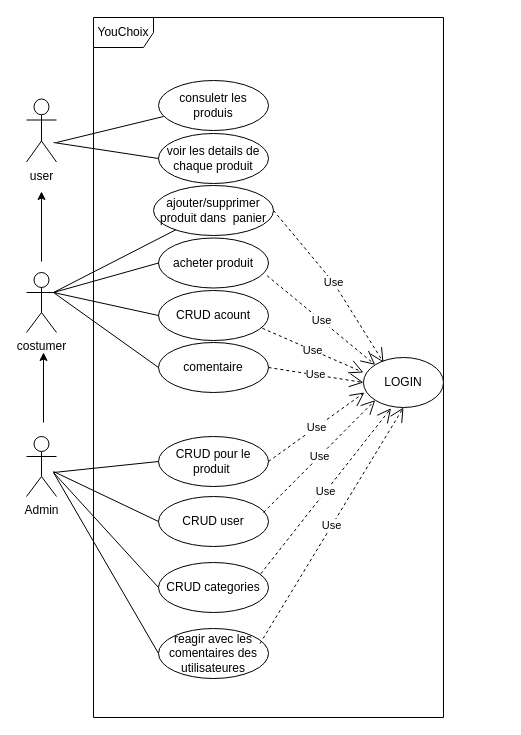
AmeksaKhadija/FilRouge keeps this draw.io diagram as conception/DUC.drawio. Above is the earlier version. Source tidied: cells renumbered, new cells numbered last; positions are measured from the earlier drawing's top-left corner, leaving out a move shared by most shapes. Both pictures are drawn from the tidied source at 100%, with x=0, y=0 at pixel (26, 17).
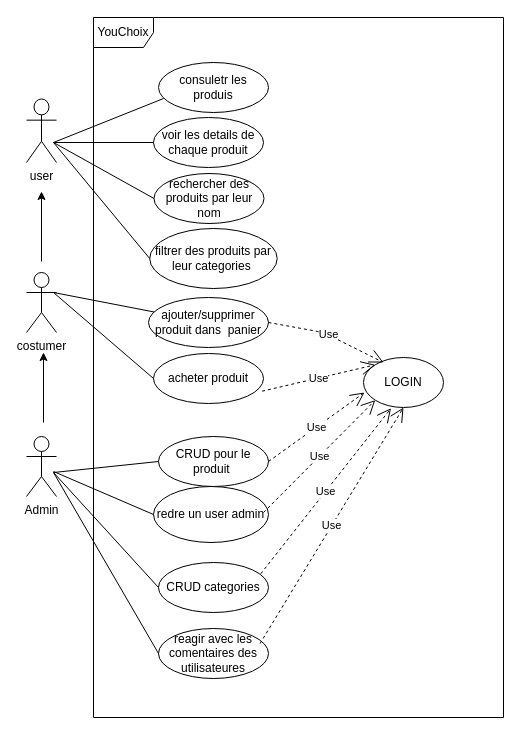
Above is the later version.

Change to the diagram source:
```diff
@@
-    <mxCell id="2" value="YouChoix" style="shape=umlFrame;whiteSpace=wrap;html=1;" parent="1" vertex="1">
-      <mxGeometry x="67" width="350" height="700" as="geometry" />
+    <mxCell id="2" value="YouChoix" style="shape=umlFrame;whiteSpace=wrap;html=1;fillColor=default;" parent="1" vertex="1">
+      <mxGeometry x="67" width="410" height="700" as="geometry" />
     </mxCell>
@@
     <mxCell id="4" value="consuletr les produis" style="ellipse;whiteSpace=wrap;html=1;" parent="1" vertex="1">
-      <mxGeometry x="132" y="63" width="110" height="50" as="geometry" />
+      <mxGeometry x="132" y="45" width="110" height="50" as="geometry" />
     </mxCell>
     <mxCell id="5" value="voir les details de chaque produit" style="ellipse;whiteSpace=wrap;html=1;" parent="1" vertex="1">
-      <mxGeometry x="132" y="116" width="110" height="50" as="geometry" />
+      <mxGeometry x="127" y="100" width="110" height="50" as="geometry" />
     </mxCell>
     <mxCell id="6" value="ajouter/supprimer produit dans&amp;nbsp; panier" style="ellipse;whiteSpace=wrap;html=1;" parent="1" vertex="1">
-      <mxGeometry x="127" y="168" width="120" height="50" as="geometry" />
+      <mxGeometry x="122" y="280" width="120" height="50" as="geometry" />
     </mxCell>
     <mxCell id="7" value="acheter produit" style="ellipse;whiteSpace=wrap;html=1;" parent="1" vertex="1">
-      <mxGeometry x="132" y="220.5" width="110" height="50" as="geometry" />
+      <mxGeometry x="127" y="336" width="110" height="50" as="geometry" />
     </mxCell>
-    <mxCell id="8" value="CRUD acount" style="ellipse;whiteSpace=wrap;html=1;" parent="1" vertex="1">
-      <mxGeometry x="132" y="273" width="110" height="50" as="geometry" />
-    </mxCell>
-    <mxCell id="9" value="comentaire" style="ellipse;whiteSpace=wrap;html=1;" parent="1" vertex="1">
-      <mxGeometry x="132" y="325" width="110" height="50" as="geometry" />
-    </mxCell>
@@
-    <mxCell id="13" value="CRUD user" style="ellipse;whiteSpace=wrap;html=1;" parent="1" vertex="1">
-      <mxGeometry x="132" y="479" width="110" height="50" as="geometry" />
+    <mxCell id="13" value="redre un user admin" style="ellipse;whiteSpace=wrap;html=1;" parent="1" vertex="1">
+      <mxGeometry x="127" y="469" width="115" height="56" as="geometry" />
     </mxCell>
@@
-    <mxCell id="19" style="endArrow=none;html=1;entryX=0;entryY=0.5;entryDx=0;entryDy=0;" parent="1" edge="1" target="8">
-      <mxGeometry relative="1" as="geometry">
-        <mxPoint x="27" y="275" as="sourcePoint" />
-      </mxGeometry>
-    </mxCell>
-    <mxCell id="20" style="endArrow=none;html=1;entryX=0;entryY=0.5;entryDx=0;entryDy=0;" parent="1" edge="1" target="9">
-      <mxGeometry relative="1" as="geometry">
-        <mxPoint x="27" y="275" as="sourcePoint" />
-      </mxGeometry>
-    </mxCell>
@@
     <mxCell id="26" style="endArrow=none;html=1;entryX=0.046;entryY=0.72;entryDx=0;entryDy=0;entryPerimeter=0;" parent="1" edge="1" target="4">
       <mxGeometry relative="1" as="geometry">
-        <mxPoint x="30" y="125" as="sourcePoint" />
+        <mxPoint x="27" y="125" as="sourcePoint" />
       </mxGeometry>
     </mxCell>
@@
-    <mxCell id="31" value="Use" style="endArrow=open;endSize=12;dashed=1;html=1;exitX=1;exitY=0.5;exitDx=0;exitDy=0;" parent="1" edge="1" source="9">
-      <mxGeometry relative="1" as="geometry">
-        <mxPoint x="337" y="365" as="targetPoint" />
-      </mxGeometry>
-    </mxCell>
-    <mxCell id="32" value="Use" style="endArrow=open;endSize=12;dashed=1;html=1;exitX=0.944;exitY=0.755;exitDx=0;exitDy=0;exitPerimeter=0;" parent="1" edge="1" source="8">
-      <mxGeometry relative="1" as="geometry">
-        <mxPoint x="337" y="355" as="targetPoint" />
-      </mxGeometry>
-    </mxCell>
@@
     <mxCell id="34" value="Use" style="endArrow=open;endSize=12;dashed=1;html=1;exitX=1;exitY=0.5;exitDx=0;exitDy=0;" parent="1" edge="1" source="6">
       <mxGeometry relative="1" as="geometry">
         <mxPoint x="357" y="345" as="targetPoint" />
         <Array as="points">
-          <mxPoint x="307" y="265" />
+          <mxPoint x="297" y="315" />
         </Array>
       </mxGeometry>
     </mxCell>
     <mxCell id="35" value="user" style="shape=umlActor;verticalLabelPosition=bottom;labelBackgroundColor=#ffffff;verticalAlign=top;html=1;" parent="1" vertex="1">
-      <mxGeometry y="81.5" width="30" height="63" as="geometry" />
+      <mxGeometry y="81.5" width="30" height="63.5" as="geometry" />
     </mxCell>
@@
+    <mxCell id="37" value="rechercher des produits par leur nom" style="ellipse;whiteSpace=wrap;html=1;" parent="1" vertex="1">
+      <mxGeometry x="127.5" y="156" width="110" height="50" as="geometry" />
+    </mxCell>
+    <mxCell id="38" style="endArrow=none;html=1;entryX=0;entryY=0.5;entryDx=0;entryDy=0;" parent="1" edge="1" target="37">
+      <mxGeometry relative="1" as="geometry">
+        <mxPoint x="27" y="125" as="sourcePoint" />
+      </mxGeometry>
+    </mxCell>
+    <mxCell id="39" value="filtrer des produits par leur categories&amp;nbsp;" style="ellipse;whiteSpace=wrap;html=1;" parent="1" vertex="1">
+      <mxGeometry x="123.2" y="211" width="127.5" height="60" as="geometry" />
+    </mxCell>
+    <mxCell id="40" style="endArrow=none;html=1;entryX=0;entryY=0.5;entryDx=0;entryDy=0;" parent="1" edge="1" target="39">
+      <mxGeometry relative="1" as="geometry">
+        <mxPoint x="27" y="125" as="sourcePoint" />
+      </mxGeometry>
+    </mxCell>
```
